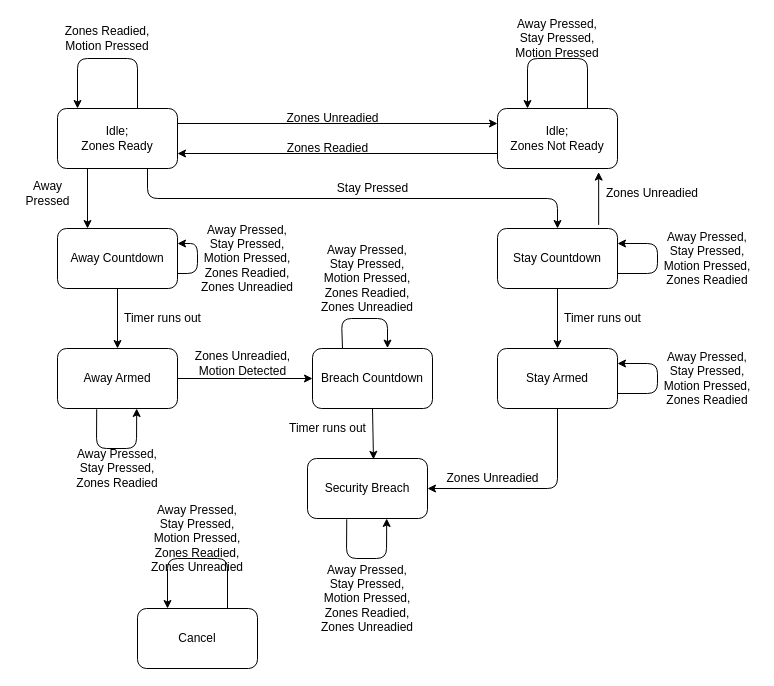
The draw.io diagram Doc/GP2 State Transition.drawio in vinnyyo/GroupProject2, before the edit. Source tidied: cells renumbered, new cells numbered last; positions are measured from the earlier drawing's top-left corner, leaving out a move shared by most shapes. Both pictures are drawn from the tidied source at 100%, with x=0, y=0 at pixel (17, 28).
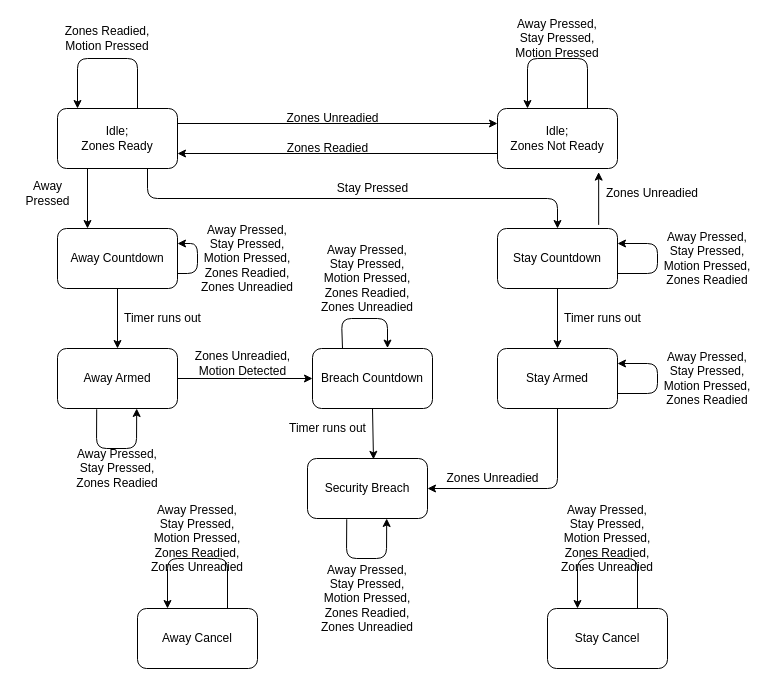
The same diagram, later.

Change to the diagram source:
```diff
@@
-    <mxCell id="29" value="&lt;div&gt;Cancel&lt;/div&gt;" style="rounded=1;whiteSpace=wrap;html=1;" parent="1" vertex="1">
+    <mxCell id="29" value="&lt;div&gt;Away Cancel&lt;/div&gt;" style="rounded=1;whiteSpace=wrap;html=1;" parent="1" vertex="1">
       <mxGeometry x="120" y="580" width="120" height="60" as="geometry" />
     </mxCell>
@@
+    <mxCell id="50" value="&lt;div&gt;Stay Cancel&lt;/div&gt;" style="rounded=1;whiteSpace=wrap;html=1;" parent="1" vertex="1">
+      <mxGeometry x="530" y="580" width="120" height="60" as="geometry" />
+    </mxCell>
+    <mxCell id="51" style="endArrow=classic;html=1;exitX=0.75;exitY=0;exitDx=0;exitDy=0;entryX=0.25;entryY=0;entryDx=0;entryDy=0;" parent="1" edge="1">
+      <mxGeometry relative="1" as="geometry">
+        <mxPoint x="620" y="580" as="sourcePoint" />
+        <mxPoint x="560" y="580" as="targetPoint" />
+        <Array as="points">
+          <mxPoint x="620" y="530" />
+          <mxPoint x="560" y="530" />
+        </Array>
+      </mxGeometry>
+    </mxCell>
+    <mxCell id="52" value="Away Pressed, Stay Pressed, Motion Pressed, Zones Readied, Zones Unreadied" style="text;html=1;strokeColor=none;fillColor=none;align=center;verticalAlign=middle;whiteSpace=wrap;rounded=0;" parent="1" vertex="1">
+      <mxGeometry x="540" y="500" width="100" height="20" as="geometry" />
+    </mxCell>
```
